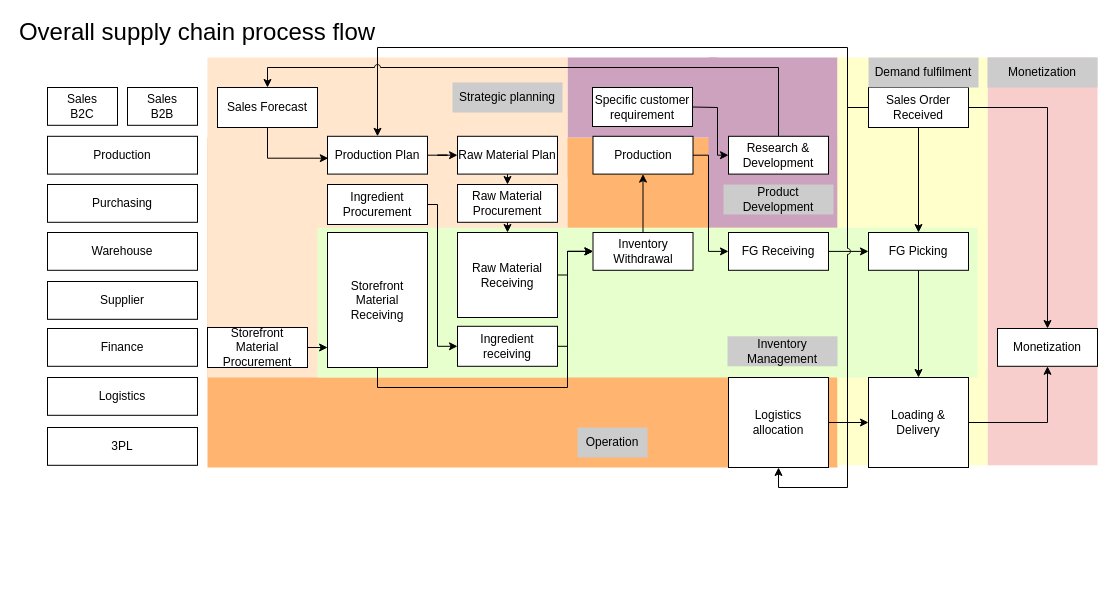
Above: page "Overall flow" (1 of 15) of E2E.drawio in pkppm-dev/Roy-s (draw.io), before the change. Source tidied: cells renumbered, new cells numbered last; positions are measured from the earlier drawing's top-left corner, leaving out a move shared by most shapes. Both pictures are drawn from the tidied source at 100%, with x=0, y=0 at pixel (17, 17).
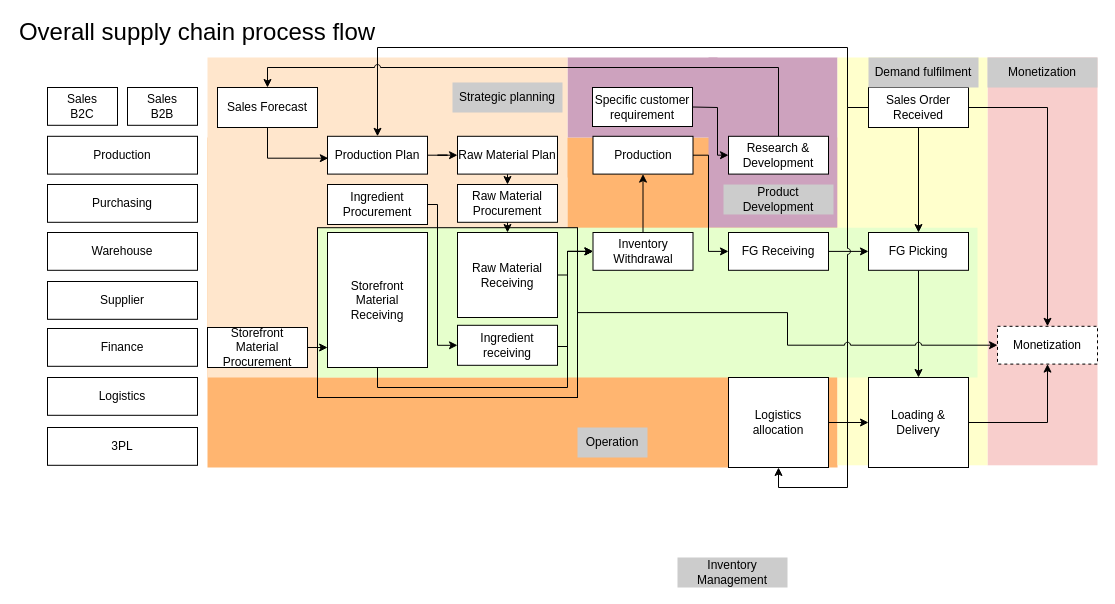
The same diagram, later.

The change refers to these unchanged cells:
```xml
<mxCell id="64" value="Ingredient Procurement" style="whiteSpace=wrap;html=1;rounded=0;strokeColor=default;align=center;verticalAlign=middle;fontFamily=Helvetica;fontSize=12;fontColor=default;fillColor=#FFFFFF;" parent="1" vertex="1">
  <mxGeometry x="310" y="167" width="100" height="40" as="geometry" />
</mxCell>
```

What changed in the source:
```diff
@@
-    <mxCell id="44" value="Monetization" style="whiteSpace=wrap;html=1;rounded=0;" parent="1" vertex="1">
-      <mxGeometry x="980" y="311" width="100" height="37.8" as="geometry" />
+    <mxCell id="44" value="Monetization" style="whiteSpace=wrap;html=1;rounded=0;dashed=1;" parent="1" vertex="1">
+      <mxGeometry x="980" y="308.8" width="100" height="37.8" as="geometry" />
     </mxCell>
@@
     <mxCell id="46" value="Inventory Management" style="text;html=1;align=center;verticalAlign=middle;whiteSpace=wrap;rounded=0;fillColor=#CCCCCC;" parent="1" vertex="1">
-      <mxGeometry x="710" y="318.8" width="110" height="30" as="geometry" />
+      <mxGeometry x="660" y="540" width="110" height="30" as="geometry" />
     </mxCell>
@@
     <mxCell id="62" value="Ingredient receiving" style="whiteSpace=wrap;html=1;rounded=0;strokeColor=default;align=center;verticalAlign=middle;fontFamily=Helvetica;fontSize=12;fontColor=default;fillColor=#FFFFFF;" parent="1" vertex="1">
-      <mxGeometry x="440" y="308.8" width="100" height="40" as="geometry" />
+      <mxGeometry x="440" y="307.8" width="100" height="40" as="geometry" />
     </mxCell>
-    <mxCell id="63" style="edgeStyle=orthogonalEdgeStyle;rounded=0;jettySize=auto;html=1;entryX=0;entryY=0.5;entryDx=0;entryDy=0;" parent="1" edge="1" source="64" target="62">
+    <mxCell id="63" style="edgeStyle=orthogonalEdgeStyle;shape=connector;rounded=0;jumpStyle=arc;jettySize=auto;html=1;entryX=0;entryY=0.5;entryDx=0;entryDy=0;strokeColor=default;align=center;verticalAlign=middle;fontFamily=Helvetica;fontSize=11;fontColor=default;labelBackgroundColor=default;endArrow=classic;" parent="1" edge="1" source="64" target="62">
       <mxGeometry relative="1" as="geometry">
         <Array as="points">
           <mxPoint x="420" y="187" />
-          <mxPoint x="420" y="329" />
+          <mxPoint x="420" y="328" />
         </Array>
       </mxGeometry>
     </mxCell>
@@
+    <mxCell id="66" style="rounded=0;whiteSpace=wrap;html=1;fontFamily=Helvetica;fontSize=11;fontColor=default;labelBackgroundColor=default;fillColor=none;" parent="1" vertex="1">
+      <mxGeometry x="300" y="210.2" width="260" height="169.8" as="geometry" />
+    </mxCell>
+    <mxCell id="67" style="endArrow=classic;html=1;rounded=0;strokeColor=default;align=center;verticalAlign=middle;fontFamily=Helvetica;fontSize=11;fontColor=default;labelBackgroundColor=default;edgeStyle=orthogonalEdgeStyle;jumpStyle=arc;exitX=1;exitY=0.5;exitDx=0;exitDy=0;entryX=0;entryY=0.5;entryDx=0;entryDy=0;" parent="1" edge="1" source="66" target="44">
+      <mxGeometry relative="1" as="geometry" />
+    </mxCell>
```
